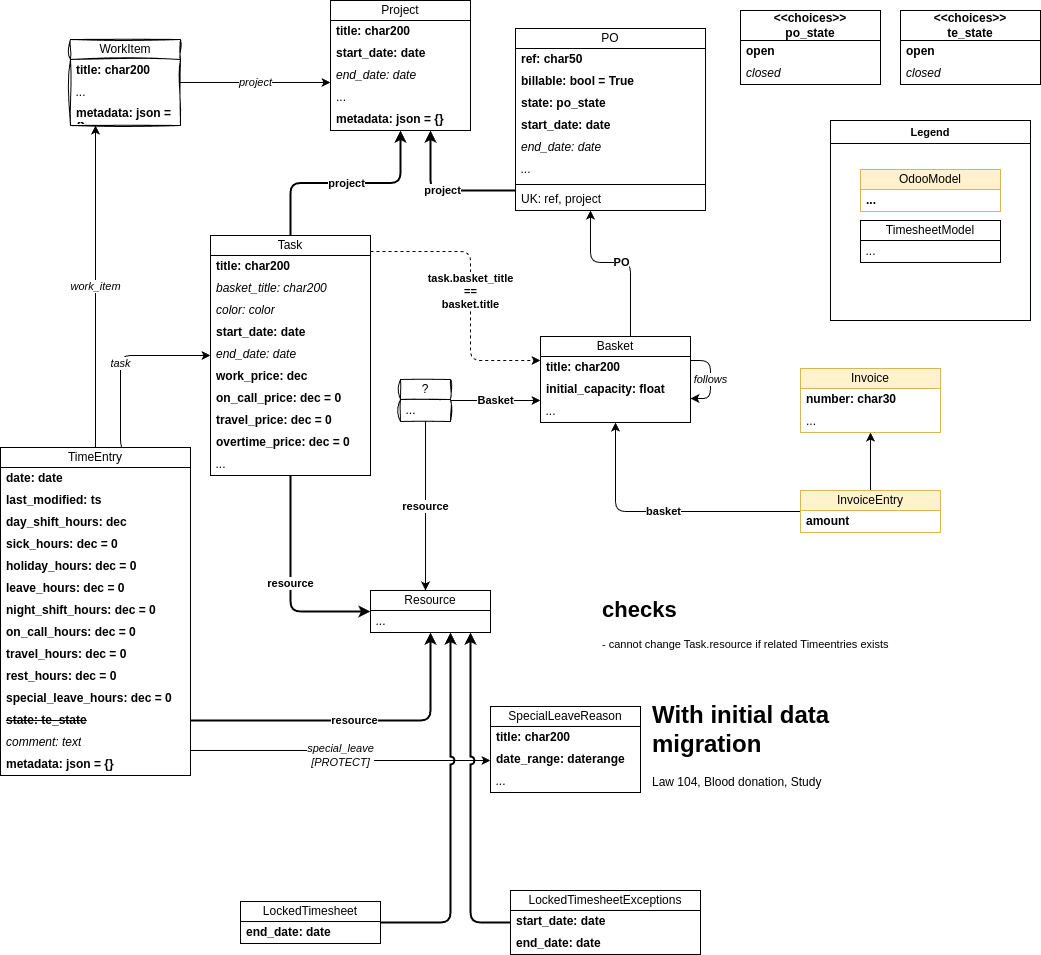
k-tech-italy/krm3 keeps this draw.io diagram as docs/wiki/Timesheet.drawio.png. Above is the earlier version. Source tidied: cells renumbered, new cells last; positions are measured from the earlier drawing's top-left corner, leaving out a move shared by most shapes.
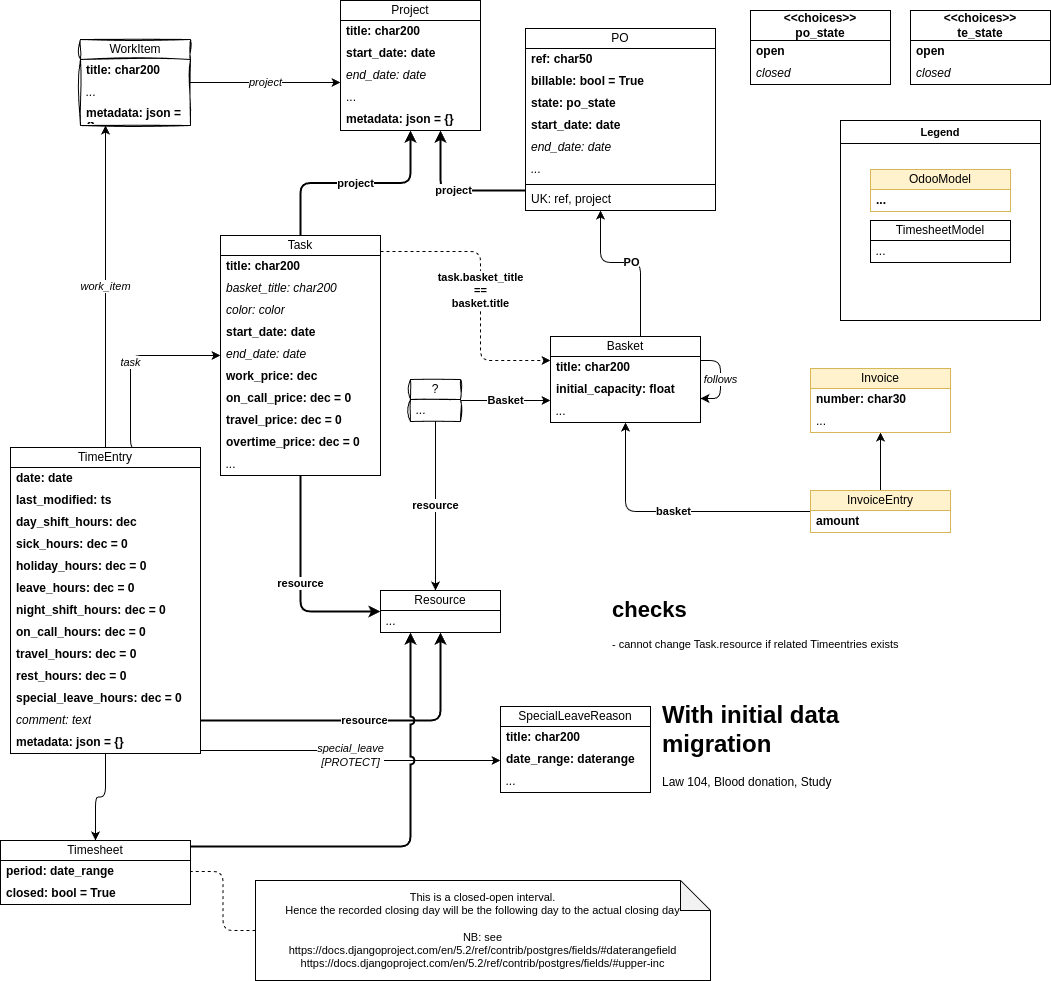
After the commit.

What changed in the source:
```diff
@@ -17,8 +17,9 @@
         </Array>
       </mxGeometry>
     </mxCell>
-    <mxCell id="4" value="resource" style="edgeStyle=orthogonalEdgeStyle;shape=connector;curved=0;rounded=1;jumpStyle=arc;jettySize=auto;html=1;strokeColor=default;align=center;verticalAlign=middle;fontFamily=Helvetica;fontSize=11;fontColor=default;labelBackgroundColor=default;endArrow=classic;fontStyle=1;exitX=1;exitY=0.5;exitDx=0;exitDy=0;strokeWidth=2;" parent="1" edge="1" source="19" target="27">
+    <mxCell id="4" value="resource" style="edgeStyle=orthogonalEdgeStyle;shape=connector;curved=0;rounded=1;jumpStyle=arc;jettySize=auto;html=1;strokeColor=default;align=center;verticalAlign=middle;fontFamily=Helvetica;fontSize=11;fontColor=default;labelBackgroundColor=default;endArrow=classic;fontStyle=1;exitX=1;exitY=0.5;exitDx=0;exitDy=0;strokeWidth=2;" parent="1" edge="1" target="27">
       <mxGeometry relative="1" as="geometry">
+        <mxPoint x="190" y="720" as="sourcePoint" />
         <Array as="points">
           <mxPoint x="430" y="720" />
         </Array>
@@ -39,8 +40,11 @@
         </Array>
       </mxGeometry>
     </mxCell>
+    <mxCell id="99" style="edgeStyle=orthogonalEdgeStyle;shape=connector;curved=0;rounded=1;jumpStyle=arc;jettySize=auto;html=1;strokeColor=default;strokeWidth=1;align=center;verticalAlign=middle;fontFamily=Helvetica;fontSize=11;fontColor=default;labelBackgroundColor=default;endArrow=classic;" parent="1" edge="1" source="7" target="101">
+      <mxGeometry relative="1" as="geometry" />
+    </mxCell>
     <mxCell id="7" value="TimeEntry" style="swimlane;fontStyle=0;horizontal=1;startSize=20;whiteSpace=wrap;html=1;" parent="1" vertex="1">
-      <mxGeometry y="447" width="190" height="328" as="geometry" />
+      <mxGeometry y="447" width="190" height="306" as="geometry" />
     </mxCell>
     <mxCell id="8" value="date: date" style="text;strokeColor=none;fillColor=none;align=left;verticalAlign=middle;spacingLeft=4;spacingRight=4;overflow=hidden;whiteSpace=wrap;html=1;fontStyle=1;" parent="7" vertex="1">
       <mxGeometry y="20" width="190" height="22" as="geometry" />
@@ -75,14 +79,11 @@
     <mxCell id="18" value="special_leave_hours: dec = 0" style="text;strokeColor=none;fillColor=none;align=left;verticalAlign=middle;spacingLeft=4;spacingRight=4;overflow=hidden;whiteSpace=wrap;html=1;fontStyle=1;" parent="7" vertex="1">
       <mxGeometry y="240" width="190" height="22" as="geometry" />
     </mxCell>
-    <mxCell id="19" value="&lt;strike&gt;state: te_state&lt;/strike&gt;" style="text;strokeColor=none;fillColor=none;align=left;verticalAlign=middle;spacingLeft=4;spacingRight=4;overflow=hidden;points=[[0,0.5],[1,0.5]];portConstraint=eastwest;whiteSpace=wrap;html=1;fontStyle=1;" parent="7" vertex="1">
-      <mxGeometry y="262" width="190" height="22" as="geometry" />
-    </mxCell>
     <mxCell id="20" value="comment: text" style="text;strokeColor=none;fillColor=none;align=left;verticalAlign=middle;spacingLeft=4;spacingRight=4;overflow=hidden;whiteSpace=wrap;html=1;fontStyle=2;" parent="7" vertex="1">
-      <mxGeometry y="284" width="190" height="22" as="geometry" />
+      <mxGeometry y="262" width="190" height="22" as="geometry" />
     </mxCell>
     <mxCell id="21" value="metadata: json = {}" style="text;strokeColor=none;fillColor=none;align=left;verticalAlign=middle;spacingLeft=4;spacingRight=4;overflow=hidden;whiteSpace=wrap;html=1;fontStyle=1;" parent="7" vertex="1">
-      <mxGeometry y="306" width="190" height="22" as="geometry" />
+      <mxGeometry y="284" width="190" height="22" as="geometry" />
     </mxCell>
     <mxCell id="22" value="project" style="edgeStyle=orthogonalEdgeStyle;shape=connector;curved=0;rounded=1;jumpStyle=arc;jettySize=auto;html=1;strokeColor=default;align=center;verticalAlign=middle;fontFamily=Helvetica;fontSize=11;fontColor=default;labelBackgroundColor=default;endArrow=classic;fontStyle=2;entryX=0;entryY=0.818;entryDx=0;entryDy=0;entryPerimeter=0;" parent="1" edge="1" source="23" target="32">
       <mxGeometry relative="1" as="geometry" />
@@ -319,34 +320,27 @@
     <mxCell id="91" value="&lt;h1 style=&quot;margin-top: 0px;&quot;&gt;With initial data migration&lt;/h1&gt;&lt;p&gt;Law 104, Blood donation, Study&lt;/p&gt;" style="text;html=1;whiteSpace=wrap;overflow=hidden;rounded=0;" parent="1" vertex="1">
       <mxGeometry x="650" y="694" width="180" height="120" as="geometry" />
     </mxCell>
-    <mxCell id="92" style="edgeStyle=orthogonalEdgeStyle;rounded=1;jettySize=auto;html=1;curved=0;jumpStyle=arc;strokeWidth=2;" parent="1" edge="1" source="93" target="27">
-      <mxGeometry relative="1" as="geometry">
-        <Array as="points">
-          <mxPoint x="450" y="922" />
-        </Array>
-      </mxGeometry>
-    </mxCell>
-    <mxCell id="93" value="LockedTimesheet" style="swimlane;fontStyle=0;horizontal=1;startSize=20;whiteSpace=wrap;html=1;" parent="1" vertex="1">
-      <mxGeometry x="240" y="901" width="140" height="42" as="geometry" />
-    </mxCell>
-    <mxCell id="94" value="end_date: date" style="text;strokeColor=none;fillColor=none;align=left;verticalAlign=middle;spacingLeft=4;spacingRight=4;overflow=hidden;whiteSpace=wrap;html=1;fontStyle=1;" parent="93" vertex="1">
-      <mxGeometry y="20" width="140" height="22" as="geometry" />
-    </mxCell>
-    <mxCell id="95" style="edgeStyle=orthogonalEdgeStyle;rounded=1;jettySize=auto;html=1;strokeColor=default;strokeWidth=2;align=center;verticalAlign=middle;fontFamily=Helvetica;fontSize=11;fontColor=default;labelBackgroundColor=default;jumpStyle=arc;endArrow=classic;curved=0;" parent="1" edge="1" source="96" target="27">
-      <mxGeometry relative="1" as="geometry">
-        <Array as="points">
-          <mxPoint x="470" y="922" />
-        </Array>
-      </mxGeometry>
-    </mxCell>
-    <mxCell id="96" value="LockedTimesheetExceptions" style="swimlane;fontStyle=0;horizontal=1;startSize=20;whiteSpace=wrap;html=1;" parent="1" vertex="1">
-      <mxGeometry x="510" y="890" width="190" height="64" as="geometry" />
-    </mxCell>
-    <mxCell id="97" value="start_date: date" style="text;strokeColor=none;fillColor=none;align=left;verticalAlign=middle;spacingLeft=4;spacingRight=4;overflow=hidden;whiteSpace=wrap;html=1;fontStyle=1;" parent="96" vertex="1">
-      <mxGeometry y="20" width="190" height="22" as="geometry" />
-    </mxCell>
-    <mxCell id="98" value="end_date: date" style="text;strokeColor=none;fillColor=none;align=left;verticalAlign=middle;spacingLeft=4;spacingRight=4;overflow=hidden;whiteSpace=wrap;html=1;fontStyle=1;" parent="96" vertex="1">
-      <mxGeometry y="42" width="190" height="22" as="geometry" />
-    </mxCell>
+    <mxCell id="100" style="edgeStyle=orthogonalEdgeStyle;rounded=1;jettySize=auto;html=1;strokeColor=default;strokeWidth=2;align=center;verticalAlign=middle;fontFamily=Helvetica;fontSize=11;fontColor=default;labelBackgroundColor=default;jumpStyle=arc;endArrow=classic;curved=0;" parent="1" edge="1" source="101" target="27">
+      <mxGeometry relative="1" as="geometry">
+        <Array as="points">
+          <mxPoint x="400" y="846" />
+        </Array>
+      </mxGeometry>
+    </mxCell>
+    <mxCell id="101" value="Timesheet" style="swimlane;fontStyle=0;horizontal=1;startSize=20;whiteSpace=wrap;html=1;" parent="1" vertex="1">
+      <mxGeometry x="-10" y="840" width="190" height="64" as="geometry" />
+    </mxCell>
+    <mxCell id="102" value="period: date_range" style="text;strokeColor=none;fillColor=none;align=left;verticalAlign=middle;spacingLeft=4;spacingRight=4;overflow=hidden;points=[[0,0.5],[1,0.5]];portConstraint=eastwest;whiteSpace=wrap;html=1;fontStyle=1;" parent="101" vertex="1">
+      <mxGeometry y="20" width="190" height="22" as="geometry" />
+    </mxCell>
+    <mxCell id="103" value="closed: bool = True" style="text;strokeColor=none;fillColor=none;align=left;verticalAlign=middle;spacingLeft=4;spacingRight=4;overflow=hidden;whiteSpace=wrap;html=1;fontStyle=1;" parent="101" vertex="1">
+      <mxGeometry y="42" width="190" height="22" as="geometry" />
+    </mxCell>
+    <mxCell id="104" style="edgeStyle=orthogonalEdgeStyle;shape=connector;curved=0;rounded=1;jumpStyle=arc;jettySize=auto;html=1;strokeColor=default;strokeWidth=1;align=center;verticalAlign=middle;fontFamily=Helvetica;fontSize=11;fontColor=default;labelBackgroundColor=default;endArrow=none;startFill=0;dashed=1;" parent="1" edge="1" source="105" target="102">
+      <mxGeometry relative="1" as="geometry" />
+    </mxCell>
+    <mxCell id="105" value="&lt;div&gt;This is a closed-open interval.&lt;/div&gt;&lt;div&gt;Hence the recorded closing day will be the following day to the actual closing day&lt;/div&gt;&lt;div&gt;&lt;br&gt;&lt;/div&gt;NB: see&lt;div&gt;https://docs.djangoproject.com/en/5.2/ref/contrib/postgres/fields/#daterangefield&lt;br&gt;&lt;div&gt;https://docs.djangoproject.com/en/5.2/ref/contrib/postgres/fields/#upper-inc&lt;/div&gt;&lt;/div&gt;" style="shape=note;whiteSpace=wrap;html=1;backgroundOutline=1;darkOpacity=0.05;fontFamily=Helvetica;fontSize=11;fontColor=default;labelBackgroundColor=default;" parent="1" vertex="1">
+      <mxGeometry x="245" y="880" width="455" height="100" as="geometry" />
+    </mxCell>
   </root>
 </mxGraphModel>
```
